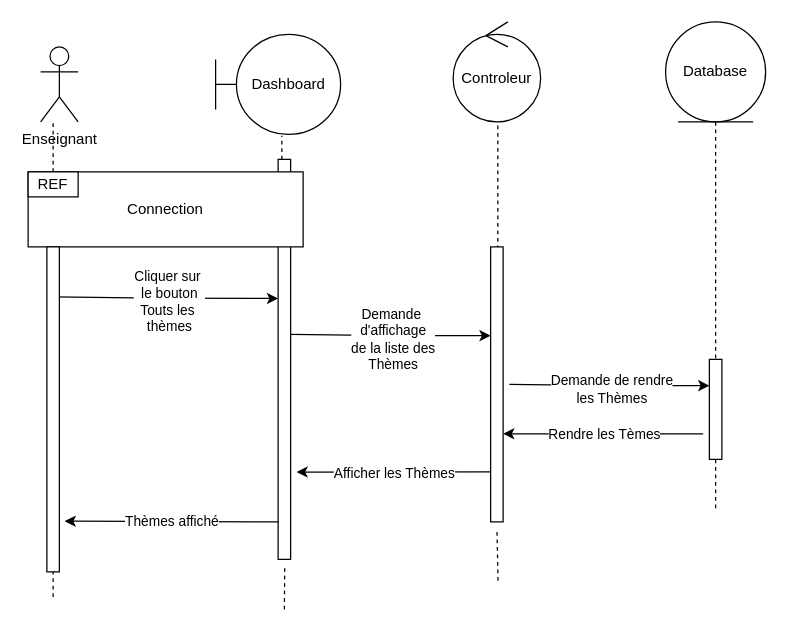
Earlier version of the draw.io diagram diagrams/SeqDiagConsulterToutThèmes.drawio (stormsidali2001/PFE_third_year_school_project_front). Source tidied: cells renumbered, new cells numbered last; positions are measured from the earlier drawing's top-left corner, leaving out a move shared by most shapes. Both pictures are drawn from the tidied source at 125%, with x=0, y=0 at pixel (28, 21).
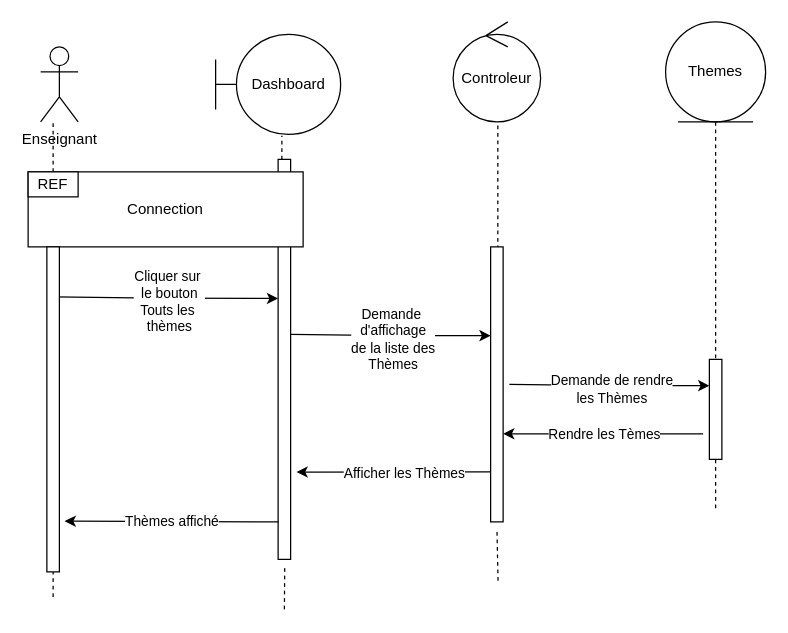
The same diagram, later.

Unchanged cells that the change refers to:
```xml
<mxCell id="26" style="endArrow=classic;html=1;rounded=0;exitX=-0.159;exitY=0.533;exitDx=0;exitDy=0;exitPerimeter=0;entryX=1.312;entryY=0.742;entryDx=0;entryDy=0;entryPerimeter=0;" parent="1" edge="1">
  <mxGeometry relative="1" as="geometry">
    <mxPoint x="370" y="360" as="sourcePoint" />
    <mxPoint x="214.7" y="360.1" as="targetPoint" />
  </mxGeometry>
</mxCell>
```

Change to the diagram source:
```diff
@@
-    <mxCell id="3" value="Database" style="ellipse;shape=umlEntity;whiteSpace=wrap;html=1;" parent="1" vertex="1">
+    <mxCell id="3" value="Themes" style="ellipse;shape=umlEntity;whiteSpace=wrap;html=1;" parent="1" vertex="1">
       <mxGeometry x="510" width="80" height="80" as="geometry" />
     </mxCell>
@@
     <mxCell id="27" value="Afficher les Thèmes" style="edgeLabel;html=1;align=center;verticalAlign=middle;" parent="26" vertex="1">
-      <mxGeometry relative="1" as="geometry" />
+      <mxGeometry relative="1" as="geometry">
+        <mxPoint x="8" as="offset" />
+      </mxGeometry>
     </mxCell>
```
